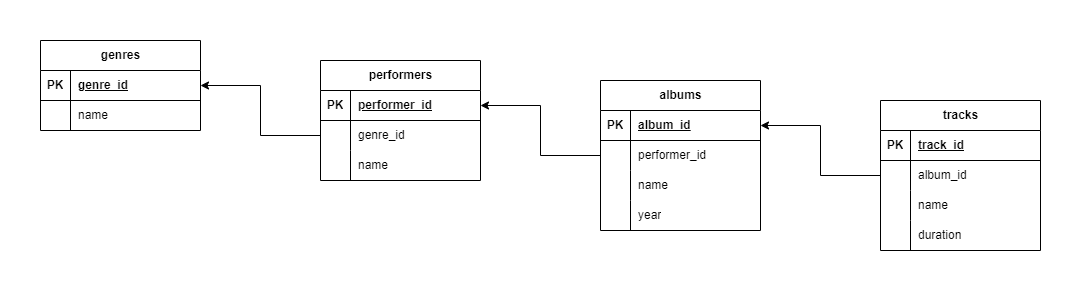
This is Task1.drawio.png from IvanDolinkin/hw_createdb, a draw.io export, as it was before one commit. Source tidied: cells renumbered, new cells last; positions are measured from the earlier drawing's top-left corner, leaving out a move shared by most shapes.
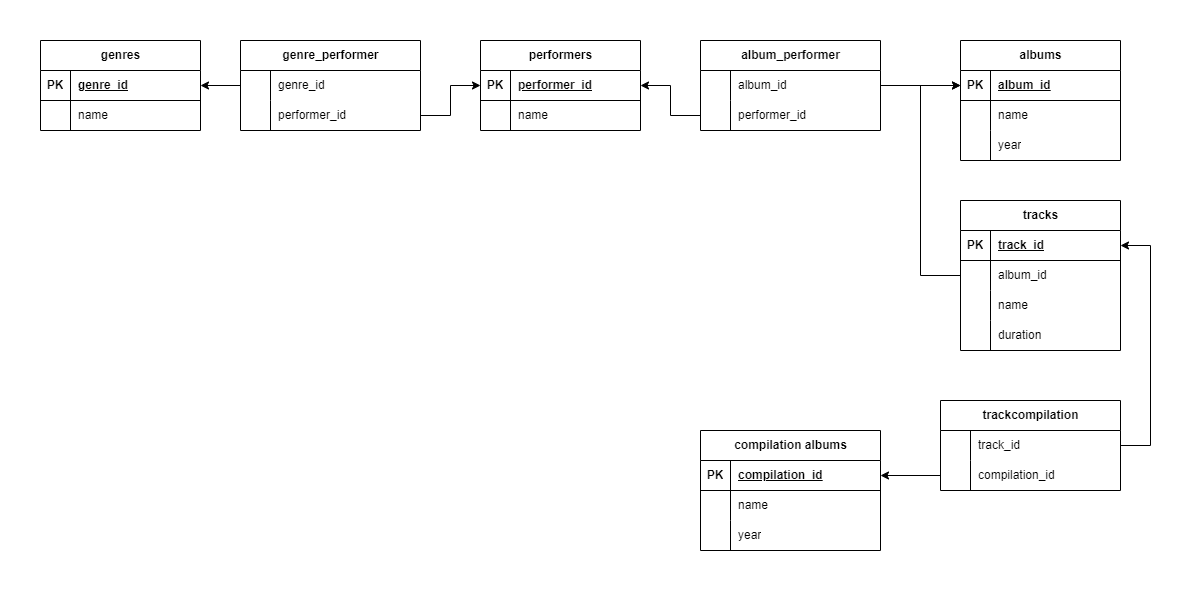
Later version of the same file.

The edit, as a diff of the source:
```diff
@@ -3,7 +3,7 @@
     <mxCell id="0" />
     <mxCell id="1" parent="0" />
     <mxCell id="2" value="tracks" style="shape=table;startSize=30;rowLines=0;fontStyle=1;align=center;html=1;" parent="1" vertex="1">
-      <mxGeometry x="840" y="60" width="160" height="150" as="geometry" />
+      <mxGeometry x="880" y="80" width="160" height="150" as="geometry" />
     </mxCell>
     <mxCell id="3" style="shape=tableRow;horizontal=0;startSize=0;swimlaneHead=0;swimlaneBody=0;fillColor=none;points=[[0,0.5],[1,0.5]];portConstraint=eastwest;top=0;left=0;right=0;bottom=1;" parent="2" vertex="1">
       <mxGeometry y="30" width="160" height="30" as="geometry" />
@@ -42,7 +42,7 @@
       <mxGeometry x="30" width="130" height="30" as="geometry" />
     </mxCell>
     <mxCell id="15" value="albums" style="shape=table;startSize=30;rowLines=0;fontStyle=1;align=center;html=1;" parent="1" vertex="1">
-      <mxGeometry x="560" y="40" width="160" height="150" as="geometry" />
+      <mxGeometry x="880" y="-80" width="160" height="120" as="geometry" />
     </mxCell>
     <mxCell id="16" style="shape=tableRow;horizontal=0;startSize=0;swimlaneHead=0;swimlaneBody=0;fillColor=none;points=[[0,0.5],[1,0.5]];portConstraint=eastwest;top=0;left=0;right=0;bottom=1;" parent="15" vertex="1">
       <mxGeometry y="30" width="160" height="30" as="geometry" />
@@ -53,17 +53,8 @@
     <mxCell id="18" value="album_id" style="shape=partialRectangle;fillColor=none;top=0;left=0;bottom=0;right=0;align=left;spacingLeft=6;fontStyle=5;overflow=hidden;whiteSpace=wrap;html=1;" parent="16" vertex="1">
       <mxGeometry x="30" width="130" height="30" as="geometry" />
     </mxCell>
-    <mxCell id="19" style="shape=tableRow;horizontal=0;startSize=0;swimlaneHead=0;swimlaneBody=0;fillColor=none;points=[[0,0.5],[1,0.5]];portConstraint=eastwest;top=0;left=0;right=0;bottom=0;" parent="15" vertex="1">
-      <mxGeometry y="60" width="160" height="30" as="geometry" />
-    </mxCell>
-    <mxCell id="20" style="shape=partialRectangle;fillColor=none;top=0;left=0;bottom=0;right=0;overflow=hidden;whiteSpace=wrap;html=1;" parent="19" vertex="1">
-      <mxGeometry width="30" height="30" as="geometry" />
-    </mxCell>
-    <mxCell id="21" value="performer_id" style="shape=partialRectangle;fillColor=none;top=0;left=0;bottom=0;right=0;align=left;spacingLeft=6;overflow=hidden;whiteSpace=wrap;html=1;" parent="19" vertex="1">
-      <mxGeometry x="30" width="130" height="30" as="geometry" />
-    </mxCell>
     <mxCell id="22" style="shape=tableRow;horizontal=0;startSize=0;swimlaneHead=0;swimlaneBody=0;fillColor=none;top=0;left=0;right=0;bottom=0;" parent="15" vertex="1">
-      <mxGeometry y="90" width="160" height="30" as="geometry" />
+      <mxGeometry y="60" width="160" height="30" as="geometry" />
     </mxCell>
     <mxCell id="23" style="shape=partialRectangle;fillColor=none;top=0;left=0;bottom=0;right=0;overflow=hidden;whiteSpace=wrap;html=1;" parent="22" vertex="1">
       <mxGeometry width="30" height="30" as="geometry" />
@@ -72,7 +63,7 @@
       <mxGeometry x="30" width="130" height="30" as="geometry" />
     </mxCell>
     <mxCell id="25" style="shape=tableRow;horizontal=0;startSize=0;swimlaneHead=0;swimlaneBody=0;fillColor=none;top=0;left=0;right=0;bottom=0;" parent="15" vertex="1">
-      <mxGeometry y="120" width="160" height="30" as="geometry" />
+      <mxGeometry y="90" width="160" height="30" as="geometry" />
     </mxCell>
     <mxCell id="26" style="shape=partialRectangle;fillColor=none;top=0;left=0;bottom=0;right=0;overflow=hidden;whiteSpace=wrap;html=1;" parent="25" vertex="1">
       <mxGeometry width="30" height="30" as="geometry" />
@@ -81,7 +72,7 @@
       <mxGeometry x="30" width="130" height="30" as="geometry" />
     </mxCell>
     <mxCell id="28" value="performers" style="shape=table;startSize=30;rowLines=0;fontStyle=1;align=center;html=1;" parent="1" vertex="1">
-      <mxGeometry x="280" y="20" width="160" height="120" as="geometry" />
+      <mxGeometry x="400" y="-80" width="160" height="90" as="geometry" />
     </mxCell>
     <mxCell id="29" style="shape=tableRow;horizontal=0;startSize=0;swimlaneHead=0;swimlaneBody=0;fillColor=none;points=[[0,0.5],[1,0.5]];portConstraint=eastwest;top=0;left=0;right=0;bottom=1;" parent="28" vertex="1">
       <mxGeometry y="30" width="160" height="30" as="geometry" />
@@ -92,17 +83,8 @@
     <mxCell id="31" value="performer_id" style="shape=partialRectangle;fillColor=none;top=0;left=0;bottom=0;right=0;align=left;spacingLeft=6;fontStyle=5;overflow=hidden;whiteSpace=wrap;html=1;" parent="29" vertex="1">
       <mxGeometry x="30" width="130" height="30" as="geometry" />
     </mxCell>
-    <mxCell id="32" style="shape=tableRow;horizontal=0;startSize=0;swimlaneHead=0;swimlaneBody=0;fillColor=none;points=[[0,0.5],[1,0.5]];portConstraint=eastwest;top=0;left=0;right=0;bottom=0;" parent="28" vertex="1">
-      <mxGeometry y="60" width="160" height="30" as="geometry" />
-    </mxCell>
-    <mxCell id="33" style="shape=partialRectangle;fillColor=none;top=0;left=0;bottom=0;right=0;overflow=hidden;whiteSpace=wrap;html=1;" parent="32" vertex="1">
-      <mxGeometry width="30" height="30" as="geometry" />
-    </mxCell>
-    <mxCell id="34" value="genre_id" style="shape=partialRectangle;fillColor=none;top=0;left=0;bottom=0;right=0;align=left;spacingLeft=6;overflow=hidden;whiteSpace=wrap;html=1;" parent="32" vertex="1">
-      <mxGeometry x="30" width="130" height="30" as="geometry" />
-    </mxCell>
     <mxCell id="35" style="shape=tableRow;horizontal=0;startSize=0;swimlaneHead=0;swimlaneBody=0;fillColor=none;top=0;left=0;right=0;bottom=0;" parent="28" vertex="1">
-      <mxGeometry y="90" width="160" height="30" as="geometry" />
+      <mxGeometry y="60" width="160" height="30" as="geometry" />
     </mxCell>
     <mxCell id="36" style="shape=partialRectangle;fillColor=none;top=0;left=0;bottom=0;right=0;overflow=hidden;whiteSpace=wrap;html=1;" parent="35" vertex="1">
       <mxGeometry width="30" height="30" as="geometry" />
@@ -111,7 +93,7 @@
       <mxGeometry x="30" width="130" height="30" as="geometry" />
     </mxCell>
     <mxCell id="38" value="genres" style="shape=table;startSize=30;rowLines=0;fontStyle=1;align=center;html=1;" parent="1" vertex="1">
-      <mxGeometry width="160" height="90" as="geometry" />
+      <mxGeometry x="-40" y="-80" width="160" height="90" as="geometry" />
     </mxCell>
     <mxCell id="39" style="shape=tableRow;horizontal=0;startSize=0;swimlaneHead=0;swimlaneBody=0;fillColor=none;points=[[0,0.5],[1,0.5]];portConstraint=eastwest;top=0;left=0;right=0;bottom=1;" parent="38" vertex="1">
       <mxGeometry y="30" width="160" height="30" as="geometry" />
@@ -131,14 +113,129 @@
     <mxCell id="44" value="name" style="shape=partialRectangle;fillColor=none;top=0;left=0;bottom=0;right=0;align=left;spacingLeft=6;overflow=hidden;whiteSpace=wrap;html=1;" parent="42" vertex="1">
       <mxGeometry x="30" width="130" height="30" as="geometry" />
     </mxCell>
-    <mxCell id="45" style="edgeStyle=orthogonalEdgeStyle;rounded=0;jettySize=auto;html=1;exitX=0;exitY=0.5;exitDx=0;exitDy=0;" parent="1" edge="1" source="32" target="39">
-      <mxGeometry relative="1" as="geometry" />
-    </mxCell>
-    <mxCell id="46" style="edgeStyle=orthogonalEdgeStyle;rounded=0;jettySize=auto;html=1;exitX=0;exitY=0.5;exitDx=0;exitDy=0;entryX=1;entryY=0.5;entryDx=0;entryDy=0;" parent="1" edge="1" source="19" target="29">
-      <mxGeometry relative="1" as="geometry" />
-    </mxCell>
-    <mxCell id="47" style="edgeStyle=orthogonalEdgeStyle;rounded=0;jettySize=auto;html=1;exitX=0;exitY=0.5;exitDx=0;exitDy=0;entryX=1;entryY=0.5;entryDx=0;entryDy=0;" parent="1" edge="1" source="6" target="16">
-      <mxGeometry relative="1" as="geometry" />
+    <mxCell id="47" style="edgeStyle=orthogonalEdgeStyle;rounded=0;jettySize=auto;html=1;exitX=0;exitY=0.5;exitDx=0;exitDy=0;entryX=0;entryY=0.5;entryDx=0;entryDy=0;" parent="1" edge="1" source="6" target="16">
+      <mxGeometry relative="1" as="geometry">
+        <Array as="points">
+          <mxPoint x="840" y="155" />
+          <mxPoint x="840" y="-35" />
+        </Array>
+      </mxGeometry>
     </mxCell>
+    <mxCell id="48" value="genre_performer" style="shape=table;startSize=30;rowLines=0;fontStyle=1;align=center;html=1;" parent="1" vertex="1">
+      <mxGeometry x="160" y="-80" width="180" height="90" as="geometry" />
+    </mxCell>
+    <mxCell id="49" style="shape=tableRow;horizontal=0;startSize=0;swimlaneHead=0;swimlaneBody=0;fillColor=none;points=[[0,0.5],[1,0.5]];portConstraint=eastwest;top=0;left=0;right=0;bottom=0;" parent="48" vertex="1">
+      <mxGeometry y="30" width="180" height="30" as="geometry" />
+    </mxCell>
+    <mxCell id="50" style="shape=partialRectangle;fillColor=none;top=0;left=0;bottom=0;right=0;overflow=hidden;whiteSpace=wrap;html=1;" parent="49" vertex="1">
+      <mxGeometry width="30" height="30" as="geometry" />
+    </mxCell>
+    <mxCell id="34" value="genre_id" style="shape=partialRectangle;fillColor=none;top=0;left=0;bottom=0;right=0;align=left;spacingLeft=6;overflow=hidden;whiteSpace=wrap;html=1;" parent="49" vertex="1">
+      <mxGeometry x="30" width="150" height="30" as="geometry" />
+    </mxCell>
+    <mxCell id="51" style="shape=tableRow;horizontal=0;startSize=0;swimlaneHead=0;swimlaneBody=0;fillColor=none;points=[[0,0.5],[1,0.5]];portConstraint=eastwest;top=0;left=0;right=0;bottom=0;" parent="48" vertex="1">
+      <mxGeometry y="60" width="180" height="30" as="geometry" />
+    </mxCell>
+    <mxCell id="52" style="shape=partialRectangle;fillColor=none;top=0;left=0;bottom=0;right=0;overflow=hidden;whiteSpace=wrap;html=1;" parent="51" vertex="1">
+      <mxGeometry width="30" height="30" as="geometry" />
+    </mxCell>
+    <mxCell id="53" value="performer_id" style="shape=partialRectangle;fillColor=none;top=0;left=0;bottom=0;right=0;align=left;spacingLeft=6;overflow=hidden;whiteSpace=wrap;html=1;" parent="51" vertex="1">
+      <mxGeometry x="30" width="150" height="30" as="geometry" />
+    </mxCell>
+    <mxCell id="54" value="album_performer" style="shape=table;startSize=30;rowLines=0;fontStyle=1;align=center;html=1;" parent="1" vertex="1">
+      <mxGeometry x="620" y="-80" width="180" height="90" as="geometry" />
+    </mxCell>
+    <mxCell id="55" style="shape=tableRow;horizontal=0;startSize=0;swimlaneHead=0;swimlaneBody=0;fillColor=none;points=[[0,0.5],[1,0.5]];portConstraint=eastwest;top=0;left=0;right=0;bottom=0;" parent="54" vertex="1">
+      <mxGeometry y="30" width="180" height="30" as="geometry" />
+    </mxCell>
+    <mxCell id="56" style="shape=partialRectangle;fillColor=none;top=0;left=0;bottom=0;right=0;overflow=hidden;whiteSpace=wrap;html=1;" parent="55" vertex="1">
+      <mxGeometry width="30" height="30" as="geometry" />
+    </mxCell>
+    <mxCell id="57" value="album_id" style="shape=partialRectangle;fillColor=none;top=0;left=0;bottom=0;right=0;align=left;spacingLeft=6;overflow=hidden;whiteSpace=wrap;html=1;" parent="55" vertex="1">
+      <mxGeometry x="30" width="150" height="30" as="geometry" />
+    </mxCell>
+    <mxCell id="58" style="shape=tableRow;horizontal=0;startSize=0;swimlaneHead=0;swimlaneBody=0;fillColor=none;points=[[0,0.5],[1,0.5]];portConstraint=eastwest;top=0;left=0;right=0;bottom=0;" parent="54" vertex="1">
+      <mxGeometry y="60" width="180" height="30" as="geometry" />
+    </mxCell>
+    <mxCell id="59" style="shape=partialRectangle;fillColor=none;top=0;left=0;bottom=0;right=0;overflow=hidden;whiteSpace=wrap;html=1;" parent="58" vertex="1">
+      <mxGeometry width="30" height="30" as="geometry" />
+    </mxCell>
+    <mxCell id="60" value="performer_id" style="shape=partialRectangle;fillColor=none;top=0;left=0;bottom=0;right=0;align=left;spacingLeft=6;overflow=hidden;whiteSpace=wrap;html=1;" parent="58" vertex="1">
+      <mxGeometry x="30" width="150" height="30" as="geometry" />
+    </mxCell>
+    <mxCell id="61" value="compilation albums" style="shape=table;startSize=30;rowLines=0;fontStyle=1;align=center;html=1;" parent="1" vertex="1">
+      <mxGeometry x="620" y="310" width="180" height="120" as="geometry" />
+    </mxCell>
+    <mxCell id="62" style="shape=tableRow;horizontal=0;startSize=0;swimlaneHead=0;swimlaneBody=0;fillColor=none;points=[[0,0.5],[1,0.5]];portConstraint=eastwest;top=0;left=0;right=0;bottom=1;" parent="61" vertex="1">
+      <mxGeometry y="30" width="180" height="30" as="geometry" />
+    </mxCell>
+    <mxCell id="63" value="PK" style="shape=partialRectangle;fillColor=none;top=0;left=0;bottom=0;right=0;fontStyle=1;overflow=hidden;whiteSpace=wrap;html=1;" parent="62" vertex="1">
+      <mxGeometry width="30" height="30" as="geometry" />
+    </mxCell>
+    <mxCell id="64" value="compilation_id" style="shape=partialRectangle;fillColor=none;top=0;left=0;bottom=0;right=0;align=left;spacingLeft=6;fontStyle=5;overflow=hidden;whiteSpace=wrap;html=1;" parent="62" vertex="1">
+      <mxGeometry x="30" width="150" height="30" as="geometry" />
+    </mxCell>
+    <mxCell id="65" style="shape=tableRow;horizontal=0;startSize=0;swimlaneHead=0;swimlaneBody=0;fillColor=none;top=0;left=0;right=0;bottom=0;" parent="61" vertex="1">
+      <mxGeometry y="60" width="180" height="30" as="geometry" />
+    </mxCell>
+    <mxCell id="66" style="shape=partialRectangle;fillColor=none;top=0;left=0;bottom=0;right=0;overflow=hidden;whiteSpace=wrap;html=1;" parent="65" vertex="1">
+      <mxGeometry width="30" height="30" as="geometry" />
+    </mxCell>
+    <mxCell id="67" value="name" style="shape=partialRectangle;fillColor=none;top=0;left=0;bottom=0;right=0;align=left;spacingLeft=6;overflow=hidden;whiteSpace=wrap;html=1;" parent="65" vertex="1">
+      <mxGeometry x="30" width="150" height="30" as="geometry" />
+    </mxCell>
+    <mxCell id="68" style="shape=tableRow;horizontal=0;startSize=0;swimlaneHead=0;swimlaneBody=0;fillColor=none;top=0;left=0;right=0;bottom=0;" parent="61" vertex="1">
+      <mxGeometry y="90" width="180" height="30" as="geometry" />
+    </mxCell>
+    <mxCell id="69" style="shape=partialRectangle;fillColor=none;top=0;left=0;bottom=0;right=0;overflow=hidden;whiteSpace=wrap;html=1;" parent="68" vertex="1">
+      <mxGeometry width="30" height="30" as="geometry" />
+    </mxCell>
+    <mxCell id="70" value="year" style="shape=partialRectangle;fillColor=none;top=0;left=0;bottom=0;right=0;align=left;spacingLeft=6;overflow=hidden;whiteSpace=wrap;html=1;" parent="68" vertex="1">
+      <mxGeometry x="30" width="150" height="30" as="geometry" />
+    </mxCell>
+    <mxCell id="71" style="edgeStyle=orthogonalEdgeStyle;rounded=0;jettySize=auto;html=1;exitX=0;exitY=0.5;exitDx=0;exitDy=0;entryX=1;entryY=0.5;entryDx=0;entryDy=0;" parent="1" edge="1" source="49" target="39">
+      <mxGeometry relative="1" as="geometry" />
+    </mxCell>
+    <mxCell id="72" style="edgeStyle=orthogonalEdgeStyle;rounded=0;jettySize=auto;html=1;exitX=1;exitY=0.5;exitDx=0;exitDy=0;entryX=0;entryY=0.5;entryDx=0;entryDy=0;" parent="1" edge="1" source="51" target="29">
+      <mxGeometry relative="1" as="geometry" />
+    </mxCell>
+    <mxCell id="73" style="edgeStyle=orthogonalEdgeStyle;rounded=0;jettySize=auto;html=1;exitX=0;exitY=0.5;exitDx=0;exitDy=0;entryX=1;entryY=0.5;entryDx=0;entryDy=0;" parent="1" edge="1" source="58" target="29">
+      <mxGeometry relative="1" as="geometry" />
+    </mxCell>
+    <mxCell id="74" style="edgeStyle=orthogonalEdgeStyle;rounded=0;jettySize=auto;html=1;exitX=1;exitY=0.5;exitDx=0;exitDy=0;entryX=0;entryY=0.5;entryDx=0;entryDy=0;" parent="1" edge="1" source="55" target="16">
+      <mxGeometry relative="1" as="geometry" />
+    </mxCell>
+    <mxCell id="75" value="trackcompilation" style="shape=table;startSize=30;rowLines=0;fontStyle=1;align=center;html=1;" parent="1" vertex="1">
+      <mxGeometry x="860" y="280" width="180" height="90" as="geometry" />
+    </mxCell>
+    <mxCell id="76" style="shape=tableRow;horizontal=0;startSize=0;swimlaneHead=0;swimlaneBody=0;fillColor=none;points=[[0,0.5],[1,0.5]];portConstraint=eastwest;top=0;left=0;right=0;bottom=0;" parent="75" vertex="1">
+      <mxGeometry y="30" width="180" height="30" as="geometry" />
+    </mxCell>
+    <mxCell id="77" style="shape=partialRectangle;fillColor=none;top=0;left=0;bottom=0;right=0;overflow=hidden;whiteSpace=wrap;html=1;" parent="76" vertex="1">
+      <mxGeometry width="30" height="30" as="geometry" />
+    </mxCell>
+    <mxCell id="78" value="track_id" style="shape=partialRectangle;fillColor=none;top=0;left=0;bottom=0;right=0;align=left;spacingLeft=6;overflow=hidden;whiteSpace=wrap;html=1;" parent="76" vertex="1">
+      <mxGeometry x="30" width="150" height="30" as="geometry" />
+    </mxCell>
+    <mxCell id="79" style="shape=tableRow;horizontal=0;startSize=0;swimlaneHead=0;swimlaneBody=0;fillColor=none;points=[[0,0.5],[1,0.5]];portConstraint=eastwest;top=0;left=0;right=0;bottom=0;" parent="75" vertex="1">
+      <mxGeometry y="60" width="180" height="30" as="geometry" />
+    </mxCell>
+    <mxCell id="80" style="shape=partialRectangle;fillColor=none;top=0;left=0;bottom=0;right=0;overflow=hidden;whiteSpace=wrap;html=1;" parent="79" vertex="1">
+      <mxGeometry width="30" height="30" as="geometry" />
+    </mxCell>
+    <mxCell id="81" value="compilation_id" style="shape=partialRectangle;fillColor=none;top=0;left=0;bottom=0;right=0;align=left;spacingLeft=6;overflow=hidden;whiteSpace=wrap;html=1;" parent="79" vertex="1">
+      <mxGeometry x="30" width="150" height="30" as="geometry" />
+    </mxCell>
+    <mxCell id="82" style="edgeStyle=orthogonalEdgeStyle;rounded=0;jettySize=auto;html=1;exitX=1;exitY=0.5;exitDx=0;exitDy=0;entryX=1;entryY=0.5;entryDx=0;entryDy=0;" parent="1" edge="1" source="76" target="3">
+      <mxGeometry relative="1" as="geometry">
+        <Array as="points">
+          <mxPoint x="1070" y="325" />
+          <mxPoint x="1070" y="125" />
+        </Array>
+      </mxGeometry>
+    </mxCell>
+    <mxCell id="83" style="edgeStyle=orthogonalEdgeStyle;rounded=0;jettySize=auto;html=1;exitX=0;exitY=0.5;exitDx=0;exitDy=0;entryX=1;entryY=0.5;entryDx=0;entryDy=0;" parent="1" edge="1" source="79" target="62">
+      <mxGeometry relative="1" as="geometry" />
+    </mxCell>
   </root>
 </mxGraphModel>
```
